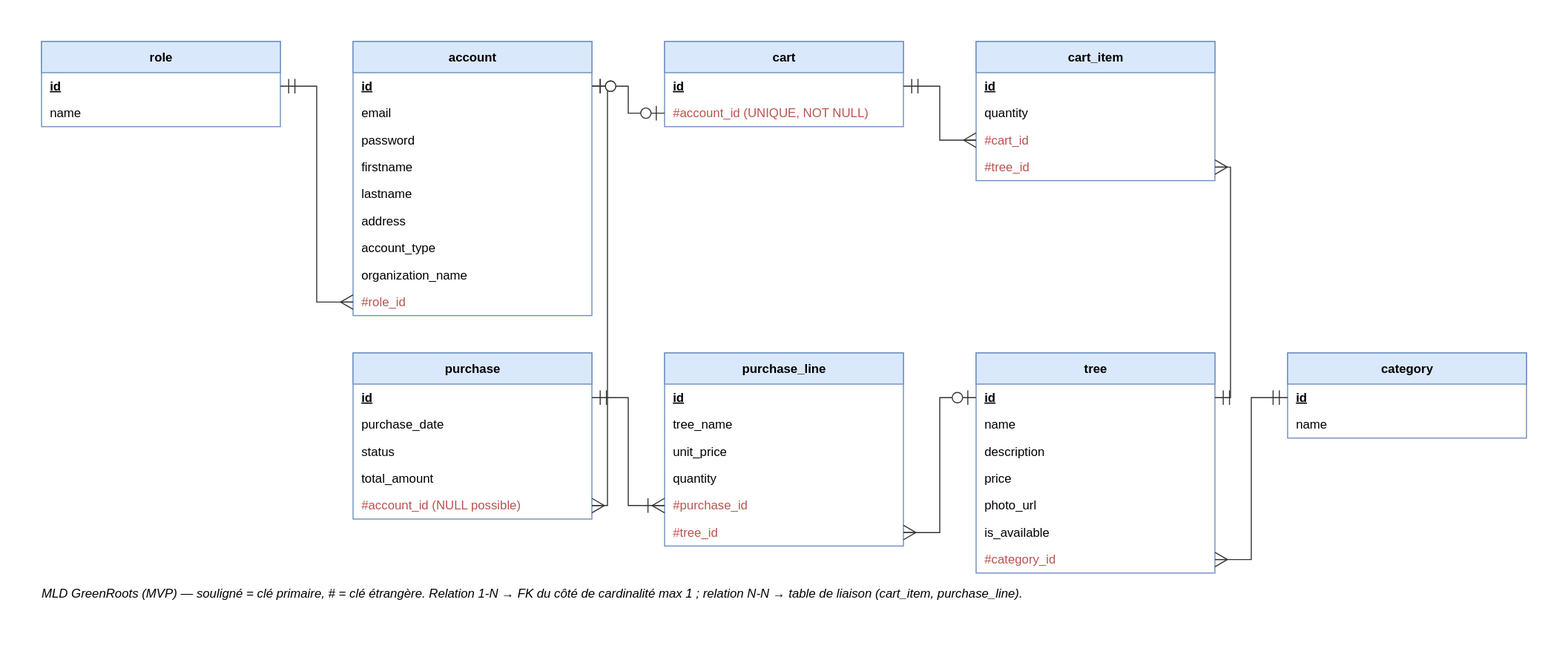
Earlier version of the draw.io export docs/conception/modele-de-donnees/06b-mld.drawio.svg (DimitryDereppe/je-s-appelle-graine). Source tidied: cells renumbered, new cells last; positions are measured from the earlier drawing's top-left corner, leaving out a move shared by most shapes.
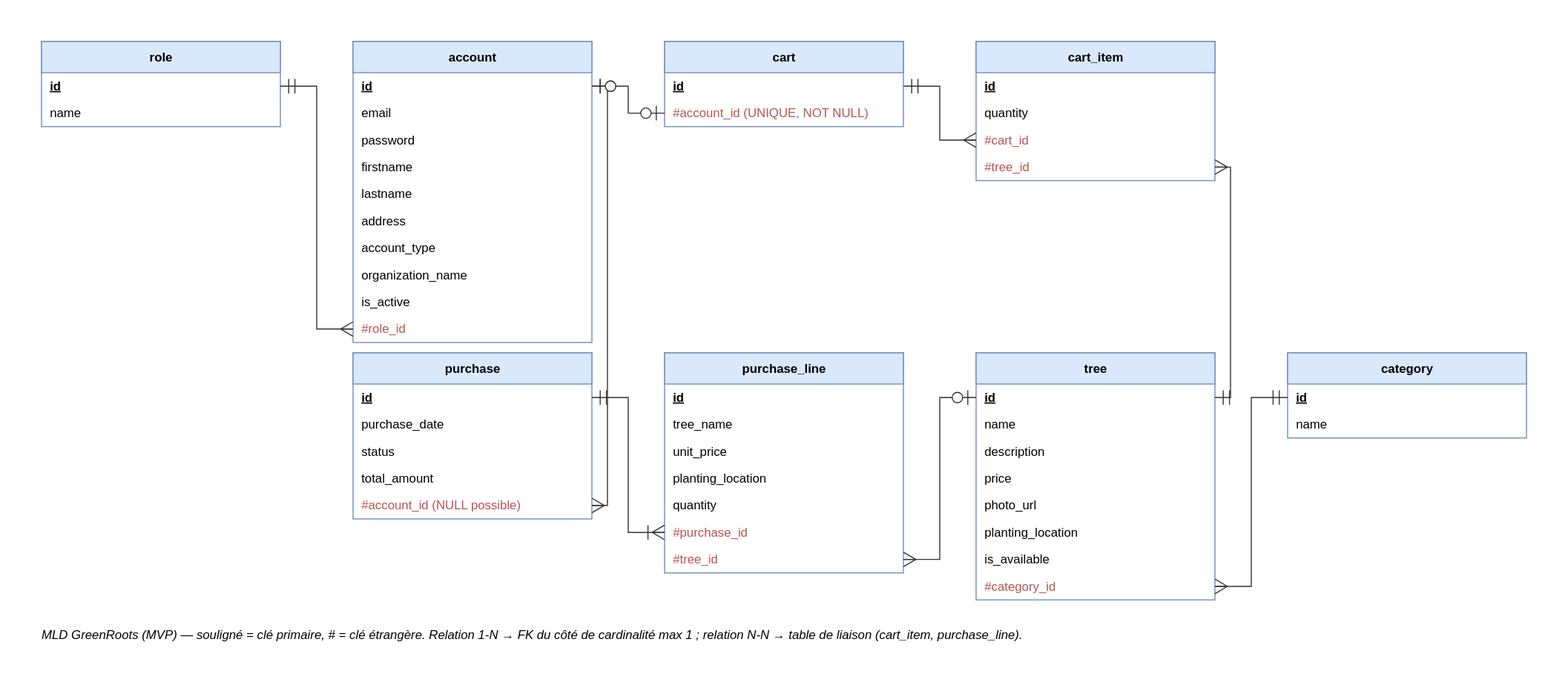
Above is the later version.

Commit message:
docs: ajout du lieu de plantation et de is_active au modèle de données docs: création du carnet de bord de Dimitry

Diff of the diagram source:
```diff
@@ -12,7 +12,7 @@
       <mxGeometry y="56" width="230" height="26" as="geometry" />
     </mxCell>
     <mxCell id="5" value="account" style="swimlane;fontStyle=1;align=center;startSize=30;html=1;whiteSpace=wrap;fillColor=#dae8fc;strokeColor=#6c8ebf;horizontal=1;" parent="1" vertex="1">
-      <mxGeometry x="300" width="230" height="264" as="geometry" />
+      <mxGeometry x="300" width="230" height="290" as="geometry" />
     </mxCell>
     <mxCell id="6" value="&lt;u&gt;&lt;b&gt;id&lt;/b&gt;&lt;/u&gt;" style="text;html=1;align=left;verticalAlign=middle;spacingLeft=8;strokeColor=none;fillColor=none;" parent="5" vertex="1">
       <mxGeometry y="30" width="230" height="26" as="geometry" />
@@ -38,8 +38,11 @@
     <mxCell id="13" value="organization_name" style="text;html=1;align=left;verticalAlign=middle;spacingLeft=8;strokeColor=none;fillColor=none;" parent="5" vertex="1">
       <mxGeometry y="212" width="230" height="26" as="geometry" />
     </mxCell>
+    <mxCell id="56" value="is_active" style="text;html=1;align=left;verticalAlign=middle;spacingLeft=8;strokeColor=none;fillColor=none;" parent="5" vertex="1">
+      <mxGeometry y="238" width="230" height="26" as="geometry" />
+    </mxCell>
     <mxCell id="14" value="#role_id" style="text;html=1;align=left;verticalAlign=middle;spacingLeft=8;strokeColor=none;fillColor=none;fontColor=#b85450;" parent="5" vertex="1">
-      <mxGeometry y="238" width="230" height="26" as="geometry" />
+      <mxGeometry y="264" width="230" height="26" as="geometry" />
     </mxCell>
     <mxCell id="15" value="cart" style="swimlane;fontStyle=1;align=center;startSize=30;html=1;whiteSpace=wrap;fillColor=#dae8fc;strokeColor=#6c8ebf;horizontal=1;" parent="1" vertex="1">
       <mxGeometry x="600" width="230" height="82" as="geometry" />
@@ -84,7 +87,7 @@
       <mxGeometry y="134" width="230" height="26" as="geometry" />
     </mxCell>
     <mxCell id="29" value="purchase_line" style="swimlane;fontStyle=1;align=center;startSize=30;html=1;whiteSpace=wrap;fillColor=#dae8fc;strokeColor=#6c8ebf;horizontal=1;" parent="1" vertex="1">
-      <mxGeometry x="600" y="300" width="230" height="186" as="geometry" />
+      <mxGeometry x="600" y="300" width="230" height="212" as="geometry" />
     </mxCell>
     <mxCell id="30" value="&lt;u&gt;&lt;b&gt;id&lt;/b&gt;&lt;/u&gt;" style="text;html=1;align=left;verticalAlign=middle;spacingLeft=8;strokeColor=none;fillColor=none;" parent="29" vertex="1">
       <mxGeometry y="30" width="230" height="26" as="geometry" />
@@ -95,17 +98,20 @@
     <mxCell id="32" value="unit_price" style="text;html=1;align=left;verticalAlign=middle;spacingLeft=8;strokeColor=none;fillColor=none;" parent="29" vertex="1">
       <mxGeometry y="82" width="230" height="26" as="geometry" />
     </mxCell>
+    <mxCell id="57" value="planting_location" style="text;html=1;align=left;verticalAlign=middle;spacingLeft=8;strokeColor=none;fillColor=none;" parent="29" vertex="1">
+      <mxGeometry y="108" width="230" height="26" as="geometry" />
+    </mxCell>
     <mxCell id="33" value="quantity" style="text;html=1;align=left;verticalAlign=middle;spacingLeft=8;strokeColor=none;fillColor=none;" parent="29" vertex="1">
-      <mxGeometry y="108" width="230" height="26" as="geometry" />
+      <mxGeometry y="134" width="230" height="26" as="geometry" />
     </mxCell>
     <mxCell id="34" value="#purchase_id" style="text;html=1;align=left;verticalAlign=middle;spacingLeft=8;strokeColor=none;fillColor=none;fontColor=#b85450;" parent="29" vertex="1">
-      <mxGeometry y="134" width="230" height="26" as="geometry" />
+      <mxGeometry y="160" width="230" height="26" as="geometry" />
     </mxCell>
     <mxCell id="35" value="#tree_id" style="text;html=1;align=left;verticalAlign=middle;spacingLeft=8;strokeColor=none;fillColor=none;fontColor=#b85450;" parent="29" vertex="1">
-      <mxGeometry y="160" width="230" height="26" as="geometry" />
+      <mxGeometry y="186" width="230" height="26" as="geometry" />
     </mxCell>
     <mxCell id="36" value="tree" style="swimlane;fontStyle=1;align=center;startSize=30;html=1;whiteSpace=wrap;fillColor=#dae8fc;strokeColor=#6c8ebf;horizontal=1;" parent="1" vertex="1">
-      <mxGeometry x="900" y="300" width="230" height="212" as="geometry" />
+      <mxGeometry x="900" y="300" width="230" height="238" as="geometry" />
     </mxCell>
     <mxCell id="37" value="&lt;u&gt;&lt;b&gt;id&lt;/b&gt;&lt;/u&gt;" style="text;html=1;align=left;verticalAlign=middle;spacingLeft=8;strokeColor=none;fillColor=none;" parent="36" vertex="1">
       <mxGeometry y="30" width="230" height="26" as="geometry" />
@@ -122,11 +128,14 @@
     <mxCell id="41" value="photo_url" style="text;html=1;align=left;verticalAlign=middle;spacingLeft=8;strokeColor=none;fillColor=none;" parent="36" vertex="1">
       <mxGeometry y="134" width="230" height="26" as="geometry" />
     </mxCell>
+    <mxCell id="58" value="planting_location" style="text;html=1;align=left;verticalAlign=middle;spacingLeft=8;strokeColor=none;fillColor=none;" parent="36" vertex="1">
+      <mxGeometry y="160" width="230" height="26" as="geometry" />
+    </mxCell>
     <mxCell id="42" value="is_available" style="text;html=1;align=left;verticalAlign=middle;spacingLeft=8;strokeColor=none;fillColor=none;" parent="36" vertex="1">
-      <mxGeometry y="160" width="230" height="26" as="geometry" />
+      <mxGeometry y="186" width="230" height="26" as="geometry" />
     </mxCell>
     <mxCell id="43" value="#category_id" style="text;html=1;align=left;verticalAlign=middle;spacingLeft=8;strokeColor=none;fillColor=none;fontColor=#b85450;" parent="36" vertex="1">
-      <mxGeometry y="186" width="230" height="26" as="geometry" />
+      <mxGeometry y="212" width="230" height="26" as="geometry" />
     </mxCell>
     <mxCell id="44" value="category" style="swimlane;fontStyle=1;align=center;startSize=30;html=1;whiteSpace=wrap;fillColor=#dae8fc;strokeColor=#6c8ebf;horizontal=1;" parent="1" vertex="1">
       <mxGeometry x="1200" y="300" width="230" height="82" as="geometry" />
@@ -162,7 +171,7 @@
       <mxGeometry relative="1" as="geometry" />
     </mxCell>
     <mxCell id="55" value="MLD GreenRoots (MVP) — souligné = clé primaire, # = clé étrangère. Relation 1-N → FK du côté de cardinalité max 1 ; relation N-N → table de liaison (cart_item, purchase_line)." style="text;html=1;whiteSpace=wrap;align=left;fontStyle=2;" parent="1" vertex="1">
-      <mxGeometry y="520" width="560" height="50" as="geometry" />
+      <mxGeometry y="560" width="560" height="50" as="geometry" />
     </mxCell>
   </root>
 </mxGraphModel>
```
